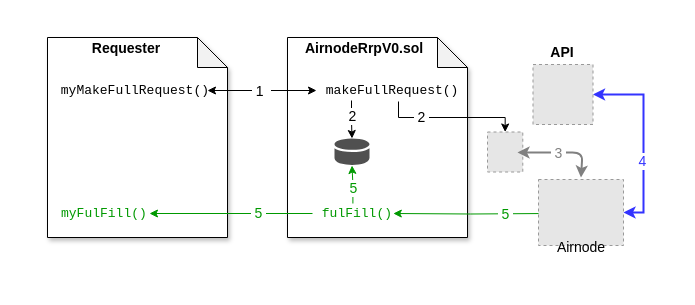
This is docs/reference/airnode/latest/assets/diagrams/concepts-request.drawio from api3dao/vitepress-docs, a draw.io file, before an edit. Source tidied: cells renumbered, new cells numbered last; positions are measured from the earlier drawing's top-left corner, leaving out a move shared by most shapes. Both pictures are drawn from the tidied source at 100%, with x=0, y=0 at pixel (47, 37). Pictures stored in the file or linked from it are replaced by grey dashed boxes.
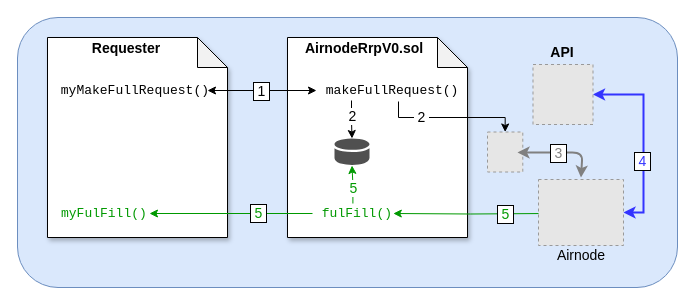
After the change.

Unchanged cells that the change refers to:
```xml
<mxCell id="10" style="endArrow=classic;html=1;fontFamily=Helvetica;strokeWidth=1;exitX=0;exitY=0.5;exitDx=0;exitDy=0;entryX=1;entryY=0.5;entryDx=0;entryDy=0;fontColor=#009900;strokeColor=#009900;" parent="1" edge="1" source="9" target="8">
  <mxGeometry relative="1" as="geometry" />
</mxCell>
<mxCell id="12" style="edgeStyle=orthogonalEdgeStyle;rounded=0;jettySize=auto;html=1;entryX=1;entryY=0.5;entryDx=0;entryDy=0;fontColor=#009900;strokeColor=#009900;strokeWidth=1;" parent="1" edge="1" target="9">
  <mxGeometry relative="1" as="geometry">
    <mxPoint x="500" y="176" as="sourcePoint" />
  </mxGeometry>
</mxCell>
<mxCell id="15" style="edgeStyle=orthogonalEdgeStyle;rounded=0;jettySize=auto;html=1;fontSize=12;startArrow=classic;startFill=1;endArrow=classic;endFill=1;strokeColor=#3333FF;strokeWidth=2;entryX=0.5;entryY=1;entryDx=0;entryDy=0;exitX=1;exitY=0.5;exitDx=0;exitDy=0;" parent="1" edge="1" source="14" target="22">
  <mxGeometry relative="1" as="geometry" />
</mxCell>
<mxCell id="20" style="edgeStyle=orthogonalEdgeStyle;rounded=0;jettySize=auto;html=1;entryX=0;entryY=0.5;entryDx=0;entryDy=0;exitX=1;exitY=0.5;exitDx=0;exitDy=0;strokeWidth=1;startArrow=classic;startFill=1;" parent="1" edge="1" source="19" target="7">
  <mxGeometry relative="1" as="geometry" />
</mxCell>
<mxCell id="28" style="endArrow=classic;html=1;endFill=1;startArrow=classic;startFill=1;strokeWidth=2;strokeColor=#808080;exitX=0.5;exitY=0;exitDx=0;exitDy=0;" parent="1" edge="1">
  <mxGeometry relative="1" as="geometry">
    <mxPoint x="533.5" y="140" as="sourcePoint" />
    <mxPoint x="470" y="115" as="targetPoint" />
    <Array as="points">
      <mxPoint x="535" y="115" />
    </Array>
  </mxGeometry>
</mxCell>
```

The edit, as a diff of the source:
```diff
@@
+    <mxCell id="32" style="rounded=1;whiteSpace=wrap;html=1;fillColor=#dae8fc;strokeColor=#6c8ebf;" parent="1" vertex="1">
+      <mxGeometry x="-30" y="-20" width="660" height="270" as="geometry" />
+    </mxCell>
@@
-    <mxCell id="11" value="&lt;font color=&quot;#009900&quot; style=&quot;font-size: 14px&quot;&gt;&amp;nbsp;5&amp;nbsp;&lt;/font&gt;" style="edgeLabel;html=1;align=center;verticalAlign=middle;" parent="10" vertex="1">
+    <mxCell id="11" value="&lt;font color=&quot;#009900&quot; style=&quot;font-size: 14px&quot;&gt;&amp;nbsp;5&amp;nbsp;&lt;/font&gt;" style="edgeLabel;html=1;align=center;verticalAlign=middle;labelBorderColor=default;" parent="10" vertex="1">
       <mxGeometry x="-0.32" y="-1" relative="1" as="geometry" />
     </mxCell>
@@
-    <mxCell id="13" value="&lt;span style=&quot;font-size: 14px&quot;&gt;&lt;font color=&quot;#009900&quot;&gt;&amp;nbsp;5&amp;nbsp;&lt;/font&gt;&lt;/span&gt;" style="edgeLabel;html=1;align=center;verticalAlign=middle;fontSize=12;" parent="12" vertex="1">
+    <mxCell id="13" value="&lt;span style=&quot;font-size: 14px&quot;&gt;&lt;font color=&quot;#009900&quot;&gt;&amp;nbsp;5&amp;nbsp;&lt;/font&gt;&lt;/span&gt;" style="edgeLabel;html=1;align=center;verticalAlign=middle;fontSize=12;labelBorderColor=default;" parent="12" vertex="1">
       <mxGeometry x="-0.45" y="1" relative="1" as="geometry">
         <mxPoint y="-1" as="offset" />
       </mxGeometry>
     </mxCell>
@@
-    <mxCell id="16" value="&lt;span style=&quot;font-size: 14px&quot;&gt;&lt;font color=&quot;#3333ff&quot;&gt;&amp;nbsp;4&amp;nbsp;&lt;/font&gt;&lt;/span&gt;" style="edgeLabel;html=1;align=center;verticalAlign=middle;fontSize=12;" parent="15" vertex="1">
+    <mxCell id="16" value="&lt;span style=&quot;font-size: 14px&quot;&gt;&lt;font color=&quot;#3333ff&quot;&gt;&amp;nbsp;4&amp;nbsp;&lt;/font&gt;&lt;/span&gt;" style="edgeLabel;html=1;align=center;verticalAlign=middle;fontSize=12;labelBorderColor=default;" parent="15" vertex="1">
       <mxGeometry x="-0.03" y="2" relative="1" as="geometry">
         <mxPoint y="19" as="offset" />
       </mxGeometry>
     </mxCell>
     <mxCell id="17" value="&lt;font style=&quot;font-size: 14px&quot;&gt;Airnode&lt;/font&gt;" style="text;html=1;strokeColor=none;fillColor=none;align=center;verticalAlign=middle;whiteSpace=wrap;rounded=0;shadow=1;fontFamily=Helvetica;" parent="1" vertex="1">
-      <mxGeometry x="513.5" y="200" width="40" height="20" as="geometry" />
+      <mxGeometry x="513.5" y="208" width="40" height="20" as="geometry" />
     </mxCell>
@@
-    <mxCell id="21" value="&lt;span style=&quot;font-size: 14px ; font-weight: 400&quot;&gt;&amp;nbsp;1&amp;nbsp;&amp;nbsp;&lt;/span&gt;" style="edgeLabel;html=1;align=center;verticalAlign=middle;fontSize=12;fontStyle=1;" parent="20" vertex="1">
+    <mxCell id="21" value="&lt;span style=&quot;font-size: 14px ; font-weight: 400&quot;&gt;&amp;nbsp;1&amp;nbsp;&lt;/span&gt;" style="edgeLabel;html=1;align=center;verticalAlign=middle;fontSize=12;fontStyle=1;labelBorderColor=default;" parent="20" vertex="1">
       <mxGeometry x="0.02" y="1" relative="1" as="geometry">
         <mxPoint x="-3" y="1" as="offset" />
       </mxGeometry>
     </mxCell>
-    <mxCell id="22" style="fillColor=#E6E6E6;strokeColor=#999999;dashed=1;verticalLabelPosition=bottom;labelBackgroundColor=#ffffff;verticalAlign=top;rotation=-90;" parent="1" vertex="1">
+    <mxCell id="22" style="fillColor=#E6E6E6;strokeColor=#999999;dashed=1;verticalLabelPosition=bottom;labelBackgroundColor=none;verticalAlign=top;rotation=-90;" parent="1" vertex="1">
       <mxGeometry x="485.5" y="27" width="60" height="60" as="geometry" />
     </mxCell>
@@
-    <mxCell id="29" value="&lt;span style=&quot;font-size: 14px&quot;&gt;&lt;font color=&quot;#808080&quot;&gt;&amp;nbsp;3&amp;nbsp;&lt;/font&gt;&lt;/span&gt;" style="edgeLabel;html=1;align=center;verticalAlign=middle;fontSize=12;" parent="28" vertex="1">
+    <mxCell id="29" value="&lt;span style=&quot;font-size: 14px&quot;&gt;&lt;font color=&quot;#808080&quot;&gt;&amp;nbsp;3&amp;nbsp;&lt;/font&gt;&lt;/span&gt;" style="edgeLabel;html=1;align=center;verticalAlign=middle;fontSize=12;labelBorderColor=default;" parent="28" vertex="1">
       <mxGeometry x="-0.06" y="-1" relative="1" as="geometry">
         <mxPoint x="-8" y="1" as="offset" />
       </mxGeometry>
     </mxCell>
```
